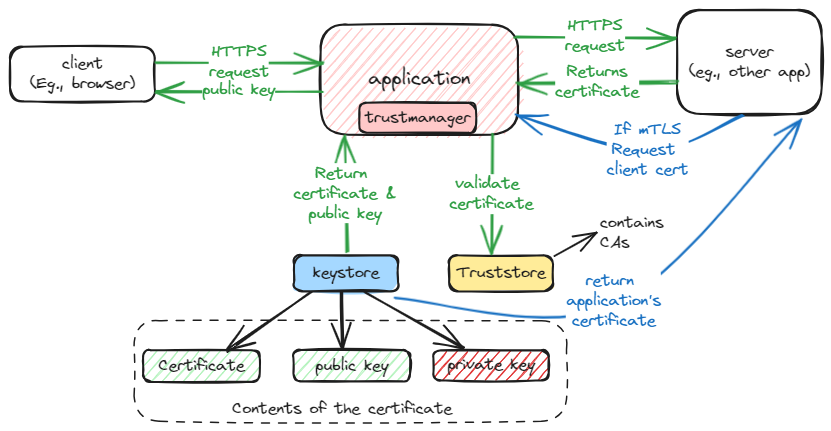
The Excalidraw diagram static/img/java-ssl.excalidraw.png in swaroopar/inprogress-engineer, before a commit. Source tidied: one line per element, renumbered; positions are measured from the earlier drawing's top-left corner, leaving out a move shared by most shapes.
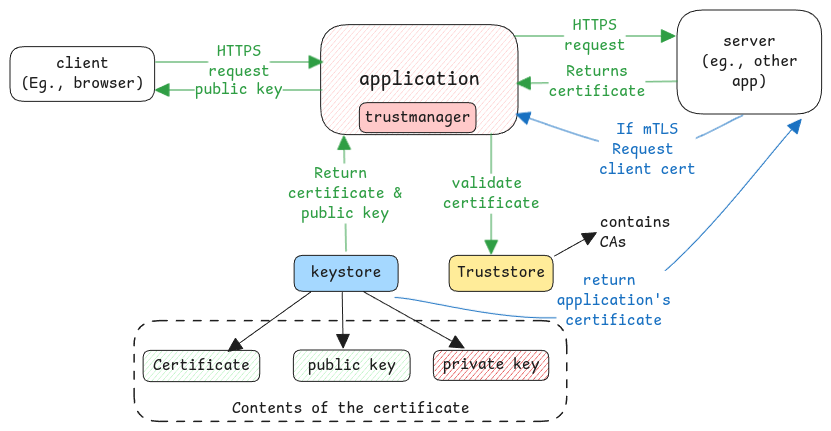
The same file after the commit.

The edit, as a diff of the source:
```diff
@@ -1,41 +1,41 @@
-{"id": 0, "type": "rectangle", "strokeColor": "#1e1e1e", "backgroundColor": "#ffc9c9", "fillStyle": "hachure", "strokeWidth": 2, "roughness": 1, "round": true, "x": 311, "y": 15, "width": 197, "height": 110}
+{"id": 0, "type": "rectangle", "strokeColor": "#1e1e1e", "backgroundColor": "#ffc9c9", "fillStyle": "hachure", "strokeWidth": 1, "roughness": 0, "round": true, "x": 311, "y": 15, "width": 197, "height": 110}
-{"id": 1, "type": "text", "text": "application", "strokeColor": "#1e1e1e", "strokeWidth": 2, "roughness": 1, "fontSize": 20, "fontFamily": 1, "textAlign": "center", "verticalAlign": "middle", "inside": 0, "x": 358, "y": 57, "width": 102, "height": 25}
+{"id": 1, "type": "text", "text": "application", "strokeColor": "#1e1e1e", "strokeWidth": 2, "roughness": 1, "fontSize": 20, "fontFamily": 8, "textAlign": "center", "verticalAlign": "middle", "inside": 0, "x": 349, "y": 57, "width": 121, "height": 25}
-{"id": 2, "type": "rectangle", "strokeColor": "#1e1e1e", "backgroundColor": "#a5d8ff", "fillStyle": "solid", "strokeWidth": 2, "roughness": 1, "round": true, "x": 284, "y": 245, "width": 104, "height": 36}
+{"id": 2, "type": "rectangle", "strokeColor": "#1e1e1e", "backgroundColor": "#a5d8ff", "fillStyle": "solid", "strokeWidth": 1, "roughness": 0, "round": true, "x": 284, "y": 245, "width": 104, "height": 36}
-{"id": 3, "type": "text", "text": "keystore", "strokeColor": "#1e1e1e", "strokeWidth": 2, "roughness": 1, "fontSize": 16, "fontFamily": 1, "textAlign": "center", "verticalAlign": "middle", "inside": 2, "x": 303, "y": 253, "width": 66, "height": 20}
+{"id": 3, "type": "text", "text": "keystore", "strokeColor": "#1e1e1e", "strokeWidth": 2, "roughness": 1, "fontSize": 16, "fontFamily": 8, "textAlign": "center", "verticalAlign": "middle", "inside": 2, "x": 301, "y": 253, "width": 70, "height": 20}
-{"id": 4, "type": "rectangle", "strokeColor": "#1e1e1e", "backgroundColor": "#ffec99", "fillStyle": "solid", "strokeWidth": 2, "roughness": 1, "round": true, "x": 439, "y": 245, "width": 104, "height": 36}
+{"id": 4, "type": "rectangle", "strokeColor": "#1e1e1e", "backgroundColor": "#ffec99", "fillStyle": "solid", "strokeWidth": 1, "roughness": 0, "round": true, "x": 439, "y": 245, "width": 104, "height": 36}
-{"id": 5, "type": "text", "text": "Truststore", "strokeColor": "#1e1e1e", "strokeWidth": 2, "roughness": 1, "fontSize": 16, "fontFamily": 1, "textAlign": "center", "verticalAlign": "middle", "inside": 4, "x": 447, "y": 253, "width": 89, "height": 20}
+{"id": 5, "type": "text", "text": "Truststore", "strokeColor": "#1e1e1e", "strokeWidth": 2, "roughness": 1, "fontSize": 16, "fontFamily": 8, "textAlign": "center", "verticalAlign": "middle", "inside": 4, "x": 447, "y": 253, "width": 88, "height": 20}
-{"id": 6, "type": "rectangle", "strokeColor": "#1e1e1e", "strokeWidth": 2, "roughness": 1, "round": true, "x": 0, "y": 37, "width": 145, "height": 55}
+{"id": 6, "type": "rectangle", "strokeColor": "#1e1e1e", "strokeWidth": 1, "roughness": 0, "round": true, "x": 0, "y": 37, "width": 145, "height": 55}
-{"id": 7, "type": "text", "text": "client\n(Eg., browser)", "strokeColor": "#1e1e1e", "strokeWidth": 2, "roughness": 1, "fontSize": 16, "fontFamily": 1, "textAlign": "center", "verticalAlign": "middle", "inside": 6, "x": 20, "y": 44, "width": 105, "height": 40}
+{"id": 7, "type": "text", "text": "client\n(Eg., browser)", "strokeColor": "#1e1e1e", "strokeWidth": 2, "roughness": 1, "fontSize": 16, "fontFamily": 8, "textAlign": "center", "verticalAlign": "middle", "inside": 6, "x": 11, "y": 44, "width": 123, "height": 40}
-{"id": 8, "type": "arrow", "strokeColor": "#2f9e44", "strokeWidth": 2, "roughness": 1, "endArrowhead": "arrow", "round": true, "from": 6, "x": 145, "y": 52, "width": 167, "height": 0, "points": [[0, 0], [167, 0]]}
+{"id": 8, "type": "arrow", "strokeColor": "#2f9e44", "strokeWidth": 1, "roughness": 0, "endArrowhead": "triangle", "round": true, "from": 6, "x": 145, "y": 52, "width": 167, "height": 0, "points": [[0, 0], [167, 0]]}
-{"id": 9, "type": "text", "text": "HTTPS\nrequest", "strokeColor": "#2f9e44", "strokeWidth": 2, "roughness": 1, "fontSize": 16, "fontFamily": 1, "textAlign": "center", "verticalAlign": "middle", "inside": 8, "x": 198, "y": 45, "width": 60, "height": 40}
+{"id": 9, "type": "text", "text": "HTTPS\nrequest", "strokeColor": "#2f9e44", "strokeWidth": 2, "roughness": 1, "fontSize": 16, "fontFamily": 8, "textAlign": "center", "verticalAlign": "middle", "inside": 8, "x": 198, "y": 32, "width": 62, "height": 40}
-{"id": 10, "type": "arrow", "strokeColor": "#2f9e44", "strokeWidth": 2, "roughness": 1, "endArrowhead": "arrow", "round": true, "from": 2, "to": 26, "x": 336, "y": 241, "width": 2, "height": 116, "points": [[0, 0], [-2, -116]]}
+{"id": 10, "type": "arrow", "strokeColor": "#2f9e44", "strokeWidth": 1, "roughness": 0, "endArrowhead": "triangle", "round": true, "from": 2, "to": 26, "x": 336, "y": 241, "width": 2, "height": 116, "points": [[0, 0], [-2, -116]]}
-{"id": 11, "type": "text", "text": "Return \ncertificate &\npublic key", "strokeColor": "#2f9e44", "strokeWidth": 2, "roughness": 1, "fontSize": 16, "fontFamily": 1, "textAlign": "center", "verticalAlign": "middle", "inside": 10, "x": 284, "y": 145, "width": 103, "height": 60}
+{"id": 11, "type": "text", "text": "Return \ncertificate &\npublic key", "strokeColor": "#2f9e44", "strokeWidth": 2, "roughness": 1, "fontSize": 16, "fontFamily": 8, "textAlign": "center", "verticalAlign": "middle", "inside": 10, "x": 278, "y": 154, "width": 114, "height": 60}
-{"id": 12, "type": "arrow", "strokeColor": "#2f9e44", "strokeWidth": 2, "roughness": 1, "endArrowhead": "arrow", "round": true, "to": 6, "x": 312, "y": 80, "width": 167, "height": 0, "points": [[0, 0], [-167, 0]]}
+{"id": 12, "type": "arrow", "strokeColor": "#2f9e44", "strokeWidth": 1, "roughness": 0, "endArrowhead": "triangle", "round": true, "to": 6, "x": 312, "y": 80, "width": 167, "height": 0, "points": [[0, 0], [-167, 0]]}
-{"id": 13, "type": "text", "text": "public key", "strokeColor": "#2f9e44", "strokeWidth": 2, "roughness": 1, "fontSize": 16, "fontFamily": 1, "textAlign": "center", "verticalAlign": "middle", "inside": 12, "x": 190, "y": 71, "width": 73, "height": 20}
+{"id": 13, "type": "text", "text": "public key", "strokeColor": "#2f9e44", "strokeWidth": 2, "roughness": 1, "fontSize": 16, "fontFamily": 8, "textAlign": "center", "verticalAlign": "middle", "inside": 12, "x": 185, "y": 70, "width": 88, "height": 20}
-{"id": 14, "type": "rectangle", "strokeColor": "#1e1e1e", "strokeWidth": 2, "roughness": 1, "round": true, "x": 667, "y": 0, "width": 145, "height": 104}
+{"id": 14, "type": "rectangle", "strokeColor": "#1e1e1e", "strokeWidth": 1, "roughness": 0, "round": true, "x": 667, "y": 0, "width": 145, "height": 104}
-{"id": 15, "type": "text", "text": "server\n(eg., other app)", "strokeColor": "#1e1e1e", "strokeWidth": 2, "roughness": 1, "fontSize": 16, "fontFamily": 1, "textAlign": "center", "verticalAlign": "middle", "inside": 14, "x": 679, "y": 32, "width": 121, "height": 40}
+{"id": 15, "type": "text", "text": "server\n(eg., other\napp)", "strokeColor": "#1e1e1e", "strokeWidth": 2, "roughness": 1, "fontSize": 16, "fontFamily": 8, "textAlign": "center", "verticalAlign": "middle", "inside": 14, "x": 691, "y": 22, "width": 97, "height": 60}
-{"id": 16, "type": "arrow", "strokeColor": "#2f9e44", "strokeWidth": 2, "roughness": 1, "endArrowhead": "arrow", "round": true, "x": 505, "y": 26, "width": 160, "height": 0, "points": [[0, 0], [160, 0]]}
+{"id": 16, "type": "arrow", "strokeColor": "#2f9e44", "strokeWidth": 1, "roughness": 0, "endArrowhead": "triangle", "round": true, "x": 505, "y": 26, "width": 160, "height": 0, "points": [[0, 0], [160, 0]]}
-{"id": 17, "type": "text", "text": "HTTPS\nrequest", "strokeColor": "#2f9e44", "strokeWidth": 2, "roughness": 1, "fontSize": 16, "fontFamily": 1, "textAlign": "center", "verticalAlign": "middle", "inside": 16, "x": 534, "y": 28, "width": 60, "height": 40}
+{"id": 17, "type": "text", "text": "HTTPS\nrequest", "strokeColor": "#2f9e44", "strokeWidth": 2, "roughness": 1, "fontSize": 16, "fontFamily": 8, "textAlign": "center", "verticalAlign": "middle", "inside": 16, "x": 554, "y": 6, "width": 62, "height": 40}
-{"id": 18, "type": "arrow", "strokeColor": "#2f9e44", "strokeWidth": 2, "roughness": 1, "endArrowhead": "arrow", "round": true, "x": 667, "y": 71, "width": 161, "height": 2, "points": [[0, 0], [-161, 2]]}
+{"id": 18, "type": "arrow", "strokeColor": "#2f9e44", "strokeWidth": 1, "roughness": 0, "endArrowhead": "triangle", "round": true, "x": 667, "y": 71, "width": 161, "height": 2, "points": [[0, 0], [-161, 2]]}
-{"id": 19, "type": "text", "text": "Returns\ncertificate", "strokeColor": "#2f9e44", "strokeWidth": 2, "roughness": 1, "fontSize": 16, "fontFamily": 1, "textAlign": "center", "verticalAlign": "middle", "inside": 18, "x": 546, "y": 62, "width": 84, "height": 40}
+{"id": 19, "type": "text", "text": "Returns\ncertificate", "strokeColor": "#2f9e44", "strokeWidth": 2, "roughness": 1, "fontSize": 16, "fontFamily": 8, "textAlign": "center", "verticalAlign": "middle", "inside": 18, "x": 539, "y": 52, "width": 97, "height": 40}
-{"id": 20, "type": "arrow", "strokeColor": "#2f9e44", "strokeWidth": 2, "roughness": 1, "endArrowhead": "arrow", "round": true, "x": 481, "y": 123, "width": 0, "height": 121, "points": [[0, 0], [0, 121]]}
+{"id": 20, "type": "arrow", "strokeColor": "#2f9e44", "strokeWidth": 1, "roughness": 0, "endArrowhead": "triangle", "round": true, "x": 481, "y": 123, "width": 0, "height": 121, "points": [[0, 0], [0, 121]]}
-{"id": 21, "type": "text", "text": "validate \ncertificate", "strokeColor": "#2f9e44", "strokeWidth": 2, "roughness": 1, "fontSize": 16, "fontFamily": 1, "textAlign": "center", "verticalAlign": "middle", "inside": 20, "x": 438, "y": 158, "width": 84, "height": 40}
+{"id": 21, "type": "text", "text": "validate \ncertificate", "strokeColor": "#2f9e44", "strokeWidth": 2, "roughness": 1, "fontSize": 16, "fontFamily": 8, "textAlign": "center", "verticalAlign": "middle", "inside": 20, "x": 433, "y": 164, "width": 97, "height": 40}
-{"id": 22, "type": "arrow", "strokeColor": "#1971c2", "strokeWidth": 2, "roughness": 1, "endArrowhead": "arrow", "round": true, "from": 14, "x": 733, "y": 105, "width": 227, "height": 36, "points": [[0, 0], [-96, 35], [-227, -1]]}
+{"id": 22, "type": "arrow", "strokeColor": "#1971c2", "strokeWidth": 1, "roughness": 0, "endArrowhead": "triangle", "round": true, "from": 14, "x": 733, "y": 105, "width": 227, "height": 36, "points": [[0, 0], [-96, 35], [-227, -1]]}
-{"id": 23, "type": "text", "text": "If mTLS\nRequest \nclient cert", "strokeColor": "#1971c2", "strokeWidth": 2, "roughness": 1, "fontSize": 16, "fontFamily": 1, "textAlign": "center", "verticalAlign": "middle", "inside": 22, "x": 596, "y": 110, "width": 82, "height": 60}
+{"id": 23, "type": "text", "text": "If mTLS\nRequest \nclient cert", "strokeColor": "#1971c2", "strokeWidth": 2, "roughness": 1, "fontSize": 16, "fontFamily": 8, "textAlign": "center", "verticalAlign": "middle", "inside": 22, "x": 589, "y": 110, "width": 97, "height": 60}
-{"id": 24, "type": "arrow", "strokeColor": "#1971c2", "strokeWidth": 2, "roughness": 1, "endArrowhead": "arrow", "round": true, "from": 2, "x": 385, "y": 282, "width": 406, "height": 187, "points": [[0, 0], [219, 9], [406, -178]]}
+{"id": 24, "type": "arrow", "strokeColor": "#1971c2", "strokeWidth": 1, "roughness": 0, "endArrowhead": "triangle", "round": true, "from": 2, "x": 385, "y": 282, "width": 406, "height": 187, "points": [[0, 0], [219, 9], [406, -178]]}
-{"id": 25, "type": "text", "text": "return \napplication's\ncertificate", "strokeColor": "#1971c2", "strokeWidth": 2, "roughness": 1, "fontSize": 16, "fontFamily": 1, "textAlign": "center", "verticalAlign": "middle", "inside": 24, "x": 556, "y": 261, "width": 95, "height": 60}
+{"id": 25, "type": "text", "text": "return \napplication's\ncertificate", "strokeColor": "#1971c2", "strokeWidth": 2, "roughness": 1, "fontSize": 16, "fontFamily": 8, "textAlign": "center", "verticalAlign": "middle", "inside": 24, "x": 546, "y": 261, "width": 114, "height": 60}
-{"id": 26, "type": "rectangle", "strokeColor": "#1e1e1e", "backgroundColor": "#ffc9c9", "fillStyle": "solid", "strokeWidth": 2, "roughness": 1, "round": true, "x": 349, "y": 93, "width": 117, "height": 30}
+{"id": 26, "type": "rectangle", "strokeColor": "#1e1e1e", "backgroundColor": "#ffc9c9", "fillStyle": "solid", "strokeWidth": 1, "roughness": 0, "round": true, "x": 349, "y": 93, "width": 117, "height": 30}
-{"id": 27, "type": "text", "text": "trustmanager", "strokeColor": "#1e1e1e", "strokeWidth": 2, "roughness": 1, "fontSize": 16, "fontFamily": 1, "textAlign": "center", "verticalAlign": "middle", "inside": 26, "x": 355, "y": 98, "width": 105, "height": 20}
+{"id": 27, "type": "text", "text": "trustmanager", "strokeColor": "#1e1e1e", "strokeWidth": 2, "roughness": 1, "fontSize": 16, "fontFamily": 8, "textAlign": "center", "verticalAlign": "middle", "inside": 26, "x": 355, "y": 98, "width": 106, "height": 20}
-{"id": 28, "type": "rectangle", "strokeColor": "#1e1e1e", "backgroundColor": "#b2f2bb", "fillStyle": "hachure", "strokeWidth": 2, "roughness": 1, "round": true, "x": 283, "y": 340, "width": 117, "height": 31}
+{"id": 28, "type": "rectangle", "strokeColor": "#1e1e1e", "backgroundColor": "#b2f2bb", "fillStyle": "hachure", "strokeWidth": 1, "roughness": 0, "round": true, "x": 283, "y": 340, "width": 117, "height": 31}
-{"id": 29, "type": "text", "text": "public key", "strokeColor": "#1e1e1e", "backgroundColor": "#e03131", "fillStyle": "hachure", "strokeWidth": 2, "roughness": 1, "fontSize": 16, "fontFamily": 1, "textAlign": "center", "verticalAlign": "middle", "inside": 28, "x": 305, "y": 346, "width": 73, "height": 20}
+{"id": 29, "type": "text", "text": "public key", "strokeColor": "#1e1e1e", "backgroundColor": "#e03131", "fillStyle": "hachure", "strokeWidth": 2, "roughness": 1, "fontSize": 16, "fontFamily": 8, "textAlign": "center", "verticalAlign": "middle", "inside": 28, "x": 298, "y": 346, "width": 88, "height": 20}
-{"id": 30, "type": "rectangle", "strokeColor": "#1e1e1e", "backgroundColor": "#e03131", "fillStyle": "hachure", "strokeWidth": 2, "roughness": 1, "round": true, "x": 423, "y": 340, "width": 115, "height": 30}
+{"id": 30, "type": "rectangle", "strokeColor": "#1e1e1e", "backgroundColor": "#e03131", "fillStyle": "hachure", "strokeWidth": 1, "roughness": 0, "round": true, "x": 423, "y": 340, "width": 115, "height": 30}
-{"id": 31, "type": "text", "text": "private key", "strokeColor": "#1e1e1e", "backgroundColor": "#e03131", "fillStyle": "hachure", "strokeWidth": 2, "roughness": 1, "fontSize": 16, "fontFamily": 1, "textAlign": "center", "verticalAlign": "middle", "inside": 30, "x": 437, "y": 345, "width": 87, "height": 20}
+{"id": 31, "type": "text", "text": "private key", "strokeColor": "#1e1e1e", "backgroundColor": "#e03131", "fillStyle": "hachure", "strokeWidth": 2, "roughness": 1, "fontSize": 16, "fontFamily": 8, "textAlign": "center", "verticalAlign": "middle", "inside": 30, "x": 433, "y": 345, "width": 97, "height": 20}
-{"id": 32, "type": "arrow", "strokeColor": "#1e1e1e", "backgroundColor": "#b2f2bb", "fillStyle": "hachure", "strokeWidth": 2, "roughness": 1, "endArrowhead": "arrow", "round": true, "from": 2, "to": 28, "x": 332, "y": 282, "width": 1, "height": 56, "points": [[0, 0], [1, 56]]}
+{"id": 32, "type": "arrow", "strokeColor": "#1e1e1e", "backgroundColor": "#b2f2bb", "fillStyle": "hachure", "strokeWidth": 1, "roughness": 0, "endArrowhead": "triangle", "round": true, "from": 2, "to": 28, "x": 332, "y": 282, "width": 1, "height": 56, "points": [[0, 0], [1, 56]]}
-{"id": 33, "type": "arrow", "strokeColor": "#1e1e1e", "backgroundColor": "#b2f2bb", "fillStyle": "hachure", "strokeWidth": 2, "roughness": 1, "endArrowhead": "arrow", "round": true, "from": 2, "to": 30, "x": 354, "y": 282, "width": 100, "height": 56, "points": [[0, 0], [100, 56]]}
+{"id": 33, "type": "arrow", "strokeColor": "#1e1e1e", "backgroundColor": "#b2f2bb", "fillStyle": "hachure", "strokeWidth": 1, "roughness": 0, "endArrowhead": "triangle", "round": true, "from": 2, "to": 30, "x": 354, "y": 282, "width": 100, "height": 56, "points": [[0, 0], [100, 56]]}
-{"id": 34, "type": "rectangle", "strokeColor": "#1e1e1e", "backgroundColor": "#b2f2bb", "fillStyle": "hachure", "strokeWidth": 2, "roughness": 1, "round": true, "x": 133, "y": 340, "width": 117, "height": 31}
+{"id": 34, "type": "rectangle", "strokeColor": "#1e1e1e", "backgroundColor": "#b2f2bb", "fillStyle": "hachure", "strokeWidth": 1, "roughness": 0, "round": true, "x": 133, "y": 340, "width": 117, "height": 31}
-{"id": 35, "type": "text", "text": "Certificate", "strokeColor": "#1e1e1e", "backgroundColor": "#e03131", "fillStyle": "hachure", "strokeWidth": 2, "roughness": 1, "fontSize": 16, "fontFamily": 1, "textAlign": "center", "verticalAlign": "middle", "inside": 34, "x": 148, "y": 346, "width": 86, "height": 20}
+{"id": 35, "type": "text", "text": "Certificate", "strokeColor": "#1e1e1e", "backgroundColor": "#e03131", "fillStyle": "hachure", "strokeWidth": 2, "roughness": 1, "fontSize": 16, "fontFamily": 8, "textAlign": "center", "verticalAlign": "middle", "inside": 34, "x": 143, "y": 346, "width": 97, "height": 20}
-{"id": 36, "type": "arrow", "strokeColor": "#1e1e1e", "backgroundColor": "#b2f2bb", "fillStyle": "hachure", "strokeWidth": 2, "roughness": 1, "endArrowhead": "arrow", "round": true, "from": 2, "x": 301, "y": 282, "width": 83, "height": 59, "points": [[0, 0], [-83, 59]]}
+{"id": 36, "type": "arrow", "strokeColor": "#1e1e1e", "backgroundColor": "#b2f2bb", "fillStyle": "hachure", "strokeWidth": 1, "roughness": 0, "endArrowhead": "triangle", "round": true, "from": 2, "x": 301, "y": 282, "width": 83, "height": 59, "points": [[0, 0], [-83, 59]]}
-{"id": 37, "type": "rectangle", "strokeColor": "#1e1e1e", "strokeWidth": 1, "strokeStyle": "dashed", "roughness": 1, "round": true, "x": 124, "y": 311, "width": 433, "height": 101}
+{"id": 37, "type": "rectangle", "strokeColor": "#1e1e1e", "strokeWidth": 1, "strokeStyle": "dashed", "roughness": 0, "round": true, "x": 124, "y": 311, "width": 433, "height": 101}
-{"id": 38, "type": "text", "text": "Contents of the certificate", "strokeColor": "#1e1e1e", "strokeWidth": 1, "strokeStyle": "dashed", "roughness": 1, "fontSize": 16, "fontFamily": 1, "x": 222, "y": 389, "width": 220, "height": 20}
+{"id": 38, "type": "text", "text": "Contents of the certificate", "strokeColor": "#1e1e1e", "strokeWidth": 1, "strokeStyle": "dashed", "roughness": 0, "fontSize": 16, "fontFamily": 8, "x": 222, "y": 389, "width": 238, "height": 20}
-{"id": 39, "type": "arrow", "strokeColor": "#1e1e1e", "strokeWidth": 2, "roughness": 0, "endArrowhead": "arrow", "round": true, "from": 4, "to": 40, "x": 544, "y": 246, "width": 42, "height": 23, "points": [[0, 0], [42, -23]]}
+{"id": 39, "type": "arrow", "strokeColor": "#1e1e1e", "strokeWidth": 1, "roughness": 0, "endArrowhead": "triangle", "round": true, "from": 4, "to": 40, "x": 544, "y": 246, "width": 42, "height": 23, "points": [[0, 0], [42, -23]]}
-{"id": 40, "type": "text", "text": "contains\nCAs", "strokeColor": "#1e1e1e", "strokeWidth": 2, "roughness": 1, "fontSize": 16, "fontFamily": 1, "x": 590, "y": 203, "width": 64, "height": 40}
+{"id": 40, "type": "text", "text": "contains\nCAs", "strokeColor": "#1e1e1e", "strokeWidth": 1, "roughness": 0, "fontSize": 16, "fontFamily": 8, "x": 590, "y": 203, "width": 70, "height": 40}
```
